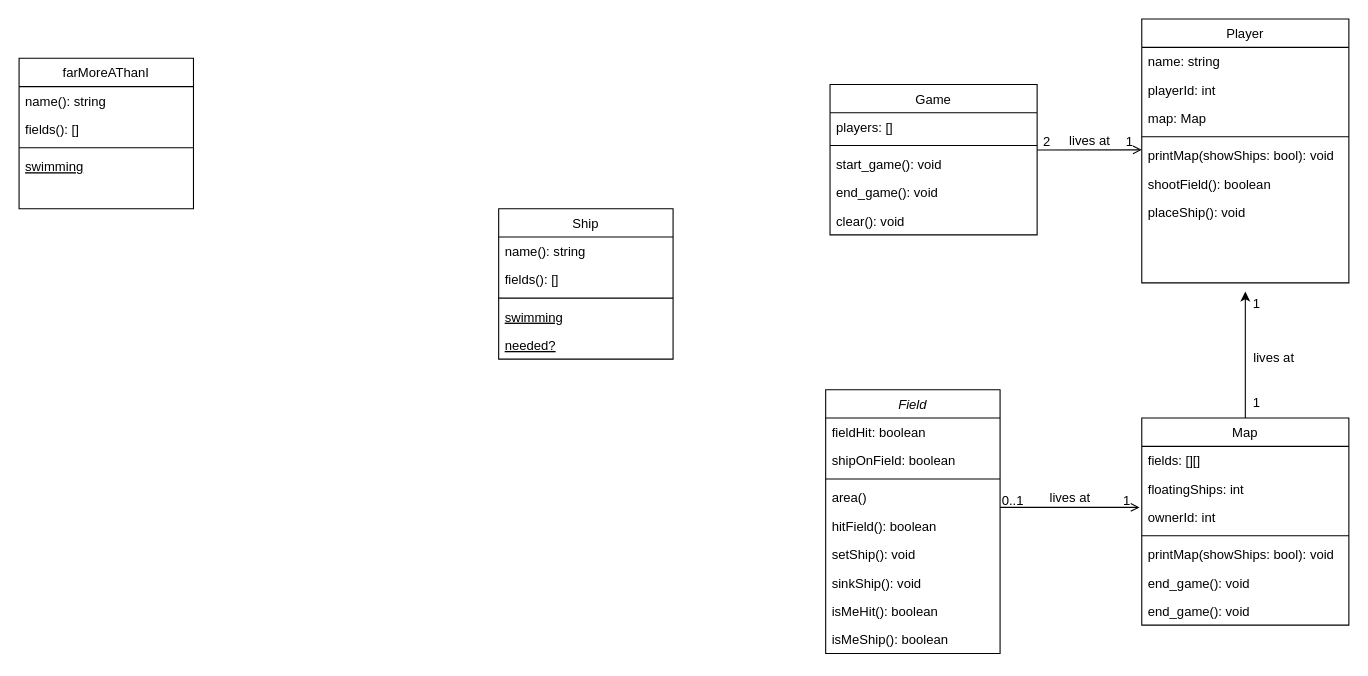
Before: SupiDupiKlassenDiagramm.drawio in Y01Builder/Schiffe_ERMORDEN, a draw.io diagram. Source tidied: cells renumbered, new cells numbered last; positions are measured from the earlier drawing's top-left corner, leaving out a move shared by most shapes. Both pictures are drawn from the tidied source at 109%, with x=0, y=0 at pixel (19, 19).
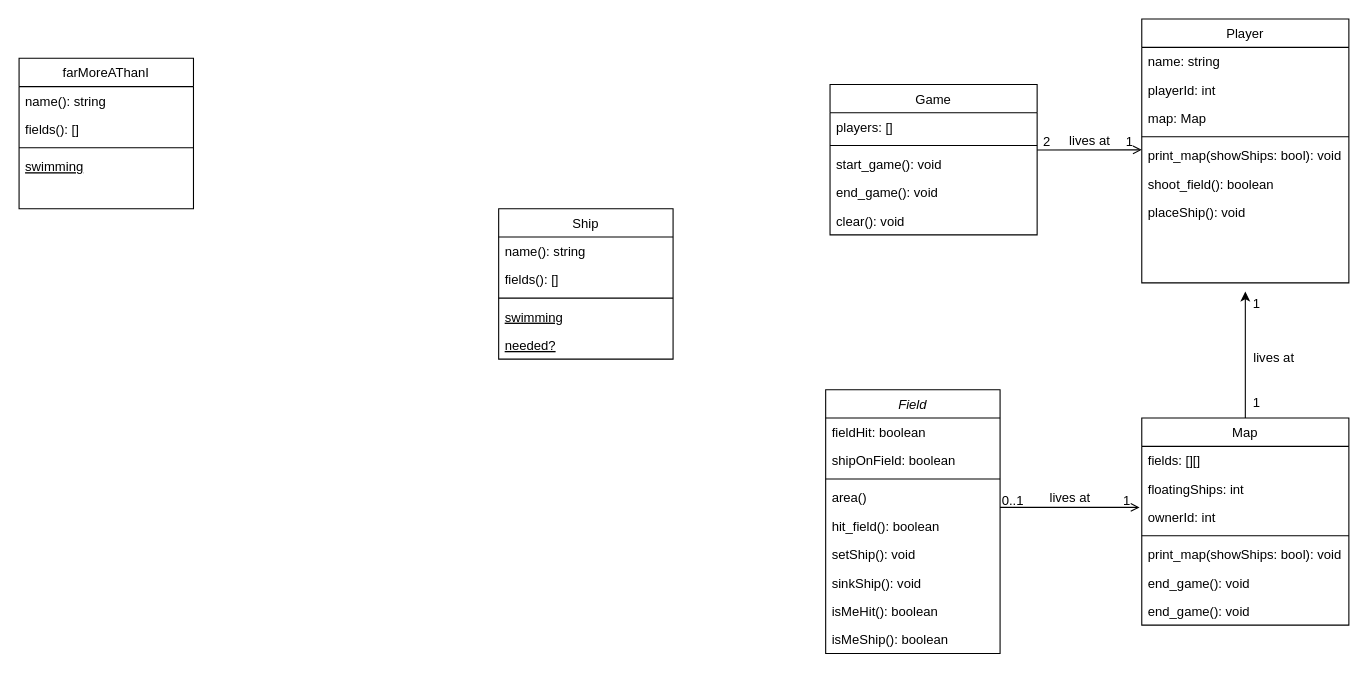
The same page after the edit.

The change refers to these unchanged cells:
```xml
<mxCell id="2" value="Field" style="swimlane;fontStyle=2;align=center;verticalAlign=top;horizontal=1;startSize=26;rounded=0;shadow=0;strokeWidth=1;" parent="1" vertex="1">
  <mxGeometry x="740" y="340" width="160" height="242" as="geometry" />
</mxCell>
<mxCell id="26" value="Map" style="swimlane;fontStyle=0;align=center;verticalAlign=top;horizontal=1;startSize=26;rounded=0;shadow=0;strokeWidth=1;" parent="1" vertex="1">
  <mxGeometry x="1030" y="366" width="190" height="190" as="geometry" />
</mxCell>
<mxCell id="34" value="Player" style="swimlane;fontStyle=0;align=center;verticalAlign=top;horizontal=1;startSize=26;rounded=0;shadow=0;strokeWidth=1;" parent="1" vertex="1">
  <mxGeometry x="1030" width="190" height="242" as="geometry" />
</mxCell>
```

Diff of the diagram source:
```diff
@@
-    <mxCell id="7" value="hitField(): boolean" style="text;align=left;verticalAlign=top;spacingLeft=4;spacingRight=4;overflow=hidden;" parent="2" vertex="1">
+    <mxCell id="7" value="hit_field(): boolean" style="text;align=left;verticalAlign=top;spacingLeft=4;spacingRight=4;overflow=hidden;" parent="2" vertex="1">
       <mxGeometry y="112" width="160" height="26" as="geometry" />
     </mxCell>
@@
-    <mxCell id="31" value="printMap(showShips: bool): void" style="text;align=left;verticalAlign=top;spacingLeft=4;spacingRight=4;overflow=hidden;" parent="26" vertex="1">
+    <mxCell id="31" value="print_map(showShips: bool): void" style="text;align=left;verticalAlign=top;spacingLeft=4;spacingRight=4;overflow=hidden;" parent="26" vertex="1">
       <mxGeometry y="112" width="190" height="26" as="geometry" />
     </mxCell>
@@
-    <mxCell id="39" value="printMap(showShips: bool): void" style="text;align=left;verticalAlign=top;spacingLeft=4;spacingRight=4;overflow=hidden;" parent="34" vertex="1">
+    <mxCell id="39" value="print_map(showShips: bool): void" style="text;align=left;verticalAlign=top;spacingLeft=4;spacingRight=4;overflow=hidden;" parent="34" vertex="1">
       <mxGeometry y="112" width="190" height="26" as="geometry" />
     </mxCell>
-    <mxCell id="40" value="shootField(): boolean" style="text;align=left;verticalAlign=top;spacingLeft=4;spacingRight=4;overflow=hidden;" parent="34" vertex="1">
+    <mxCell id="40" value="shoot_field(): boolean" style="text;align=left;verticalAlign=top;spacingLeft=4;spacingRight=4;overflow=hidden;" parent="34" vertex="1">
       <mxGeometry y="138" width="190" height="26" as="geometry" />
     </mxCell>
```
